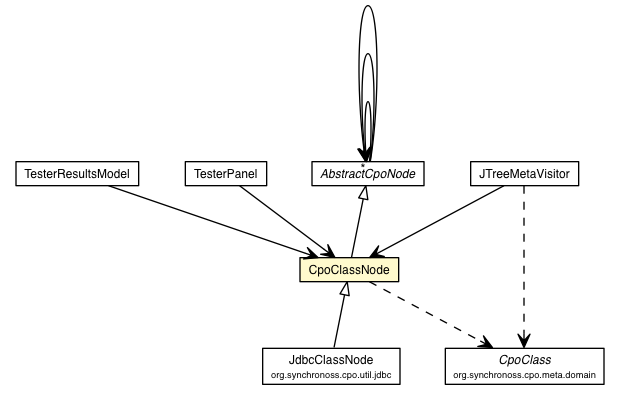
Above: site/apidocs/org/synchronoss/cpo/util/CpoClassNode.png in synchronoss/cpo-util (Graphviz), before the change. Its source is kept beside it as site/apidocs/org/synchronoss/cpo/util/CpoClassNode.dot.
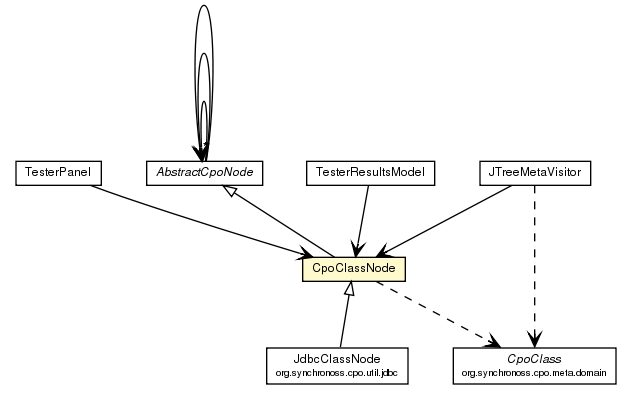
Above is the later version.

Change to the diagram source:
```diff
@@ -2,48 +2,48 @@
 digraph G {
 	edge [fontname="Helvetica",fontsize=10,labelfontname="Helvetica",labelfontsize=10];
 	node [fontname="Helvetica",fontsize=10,shape=plaintext];
-	c2512 [label=<<table border="0" cellborder="1" cellspacing="0" cellpadding="2" port="p" href="./TesterResultsModel.html">
+	c2870 [label=<<table border="0" cellborder="1" cellspacing="0" cellpadding="2" port="p" href="./TesterPanel.html">
+		<tr><td><table border="0" cellspacing="0" cellpadding="1">
+			<tr><td> TesterPanel </td></tr>
+		</table></td></tr>
+		</table>>, fontname="Helvetica", fontcolor="black", fontsize=9.0];
+	c2874 [label=<<table border="0" cellborder="1" cellspacing="0" cellpadding="2" port="p" href="./JTreeMetaVisitor.html">
+		<tr><td><table border="0" cellspacing="0" cellpadding="1">
+			<tr><td> JTreeMetaVisitor </td></tr>
+		</table></td></tr>
+		</table>>, fontname="Helvetica", fontcolor="black", fontsize=9.0];
+	c2875 [label=<<table border="0" cellborder="1" cellspacing="0" cellpadding="2" port="p" href="./AbstractCpoNode.html">
+		<tr><td><table border="0" cellspacing="0" cellpadding="1">
+			<tr><td><font face="Helvetica-Oblique"> AbstractCpoNode </font></td></tr>
+		</table></td></tr>
+		</table>>, fontname="Helvetica", fontcolor="black", fontsize=9.0];
+	c2881 [label=<<table border="0" cellborder="1" cellspacing="0" cellpadding="2" port="p" href="./TesterResultsModel.html">
 		<tr><td><table border="0" cellspacing="0" cellpadding="1">
 			<tr><td> TesterResultsModel </td></tr>
 		</table></td></tr>
 		</table>>, fontname="Helvetica", fontcolor="black", fontsize=9.0];
-	c2514 [label=<<table border="0" cellborder="1" cellspacing="0" cellpadding="2" port="p" href="./TesterPanel.html">
-		<tr><td><table border="0" cellspacing="0" cellpadding="1">
-			<tr><td> TesterPanel </td></tr>
-		</table></td></tr>
-		</table>>, fontname="Helvetica", fontcolor="black", fontsize=9.0];
-	c2522 [label=<<table border="0" cellborder="1" cellspacing="0" cellpadding="2" port="p" href="./JTreeMetaVisitor.html">
-		<tr><td><table border="0" cellspacing="0" cellpadding="1">
-			<tr><td> JTreeMetaVisitor </td></tr>
-		</table></td></tr>
-		</table>>, fontname="Helvetica", fontcolor="black", fontsize=9.0];
-	c2537 [label=<<table border="0" cellborder="1" cellspacing="0" cellpadding="2" port="p" bgcolor="lemonChiffon" href="./CpoClassNode.html">
+	c2890 [label=<<table border="0" cellborder="1" cellspacing="0" cellpadding="2" port="p" bgcolor="lemonChiffon" href="./CpoClassNode.html">
 		<tr><td><table border="0" cellspacing="0" cellpadding="1">
 			<tr><td> CpoClassNode </td></tr>
 		</table></td></tr>
 		</table>>, fontname="Helvetica", fontcolor="black", fontsize=9.0];
-	c2549 [label=<<table border="0" cellborder="1" cellspacing="0" cellpadding="2" port="p" href="./AbstractCpoNode.html">
-		<tr><td><table border="0" cellspacing="0" cellpadding="1">
-			<tr><td><font face="Helvetica-Oblique"> AbstractCpoNode </font></td></tr>
-		</table></td></tr>
-		</table>>, fontname="Helvetica", fontcolor="black", fontsize=9.0];
-	c2559 [label=<<table border="0" cellborder="1" cellspacing="0" cellpadding="2" port="p" href="./jdbc/JdbcClassNode.html">
+	c2908 [label=<<table border="0" cellborder="1" cellspacing="0" cellpadding="2" port="p" href="./jdbc/JdbcClassNode.html">
 		<tr><td><table border="0" cellspacing="0" cellpadding="1">
 			<tr><td> JdbcClassNode </td></tr>
 			<tr><td><font point-size="7.0"> org.synchronoss.cpo.util.jdbc </font></td></tr>
 		</table></td></tr>
 		</table>>, fontname="Helvetica", fontcolor="black", fontsize=9.0];
-	c2549:p -> c2537:p [dir=back,arrowtail=empty];
-	c2537:p -> c2559:p [dir=back,arrowtail=empty];
-	c2512:p -> c2537:p [taillabel="", label="", headlabel="", fontname="Helvetica", fontcolor="black", fontsize=10.0, color="black", arrowhead=open];
-	c2514:p -> c2537:p [taillabel="", label="", headlabel="", fontname="Helvetica", fontcolor="black", fontsize=10.0, color="black", arrowhead=open];
-	c2522:p -> c2537:p [taillabel="", label="", headlabel="", fontname="Helvetica", fontcolor="black", fontsize=10.0, color="black", arrowhead=open];
-	c2549:p -> c2549:p [taillabel="", label="", headlabel="*", fontname="Helvetica", fontcolor="black", fontsize=10.0, color="black", arrowhead=open];
-	c2549:p -> c2549:p [taillabel="", label="", headlabel="*", fontname="Helvetica", fontcolor="black", fontsize=10.0, color="black", arrowhead=open];
-	c2549:p -> c2549:p [taillabel="", label="", headlabel="*", fontname="Helvetica", fontcolor="black", fontsize=10.0, color="black", arrowhead=open];
-	c2522:p -> c2583:p [taillabel="", label="", headlabel="", fontname="Helvetica", fontcolor="black", fontsize=10.0, color="black", arrowhead=open, style=dashed];
-	c2537:p -> c2583:p [taillabel="", label="", headlabel="", fontname="Helvetica", fontcolor="black", fontsize=10.0, color="black", arrowhead=open, style=dashed];
-	c2583 [label=<<table border="0" cellborder="1" cellspacing="0" cellpadding="2" port="p" href="http://java.sun.com/j2se/1.4.2/docs/api/org/synchronoss/cpo/meta/domain/CpoClass.html">
+	c2875:p -> c2890:p [dir=back,arrowtail=empty];
+	c2890:p -> c2908:p [dir=back,arrowtail=empty];
+	c2870:p -> c2890:p [taillabel="", label="", headlabel="", fontname="Helvetica", fontcolor="black", fontsize=10.0, color="black", arrowhead=open];
+	c2874:p -> c2890:p [taillabel="", label="", headlabel="", fontname="Helvetica", fontcolor="black", fontsize=10.0, color="black", arrowhead=open];
+	c2875:p -> c2875:p [taillabel="", label="", headlabel="*", fontname="Helvetica", fontcolor="black", fontsize=10.0, color="black", arrowhead=open];
+	c2875:p -> c2875:p [taillabel="", label="", headlabel="*", fontname="Helvetica", fontcolor="black", fontsize=10.0, color="black", arrowhead=open];
+	c2875:p -> c2875:p [taillabel="", label="", headlabel="*", fontname="Helvetica", fontcolor="black", fontsize=10.0, color="black", arrowhead=open];
+	c2881:p -> c2890:p [taillabel="", label="", headlabel="", fontname="Helvetica", fontcolor="black", fontsize=10.0, color="black", arrowhead=open];
+	c2874:p -> c2931:p [taillabel="", label="", headlabel="", fontname="Helvetica", fontcolor="black", fontsize=10.0, color="black", arrowhead=open, style=dashed];
+	c2890:p -> c2931:p [taillabel="", label="", headlabel="", fontname="Helvetica", fontcolor="black", fontsize=10.0, color="black", arrowhead=open, style=dashed];
+	c2931 [label=<<table border="0" cellborder="1" cellspacing="0" cellpadding="2" port="p" href="http://java.sun.com/j2se/1.4.2/docs/api/org/synchronoss/cpo/meta/domain/CpoClass.html">
 		<tr><td><table border="0" cellspacing="0" cellpadding="1">
 			<tr><td><font face="Helvetica-Oblique"> CpoClass </font></td></tr>
 			<tr><td><font point-size="7.0"> org.synchronoss.cpo.meta.domain </font></td></tr>
```
